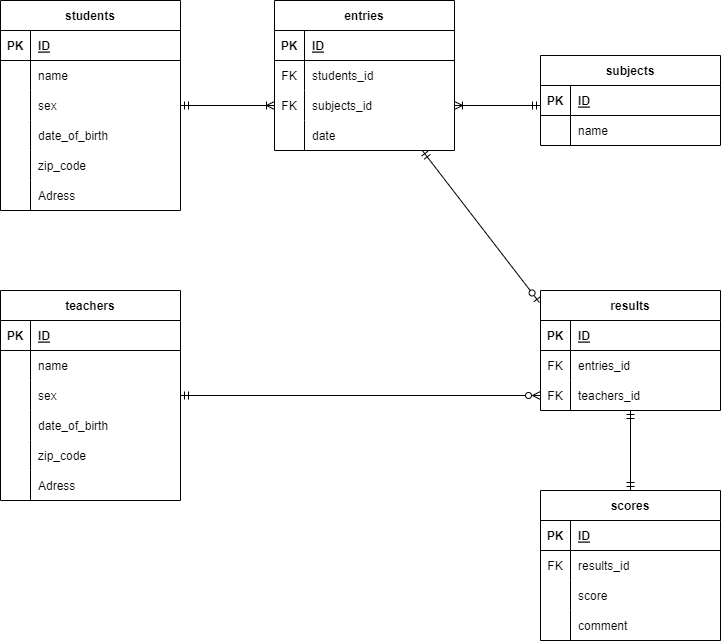
This is DIAGRAMS.NET/index.drawio.png from piroshi1989/ER__practice, a draw.io export, as it was before one commit. Source tidied: cells renumbered, new cells last; positions are measured from the earlier drawing's top-left corner, leaving out a move shared by most shapes.
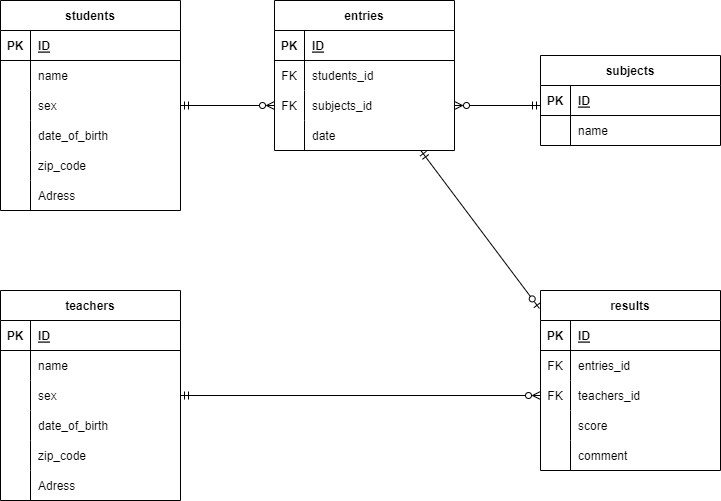
After the change.

Change to the diagram source:
```diff
@@ -2,7 +2,7 @@
   <root>
     <mxCell id="0" />
     <mxCell id="1" parent="0" />
-    <mxCell id="2" style="edgeStyle=none;html=1;entryX=0;entryY=0.5;entryDx=0;entryDy=0;startArrow=ERmandOne;startFill=0;endArrow=ERoneToMany;endFill=0;" parent="1" edge="1" source="3" target="56">
+    <mxCell id="2" style="edgeStyle=none;html=1;entryX=0;entryY=0.5;entryDx=0;entryDy=0;startArrow=ERmandOne;startFill=0;endArrow=ERzeroToMany;endFill=0;" parent="1" edge="1" source="3" target="56">
       <mxGeometry relative="1" as="geometry" />
     </mxCell>
     <mxCell id="3" value="students" style="shape=table;startSize=30;rowLines=0;fontStyle=1;align=center;" parent="1" vertex="1">
@@ -182,11 +182,8 @@
     <mxCell id="61" value="date" style="shape=partialRectangle;fillColor=none;top=0;left=0;bottom=0;right=0;align=left;spacingLeft=6;overflow=hidden;" parent="59" vertex="1">
       <mxGeometry x="30" width="150" height="30" as="geometry" />
     </mxCell>
-    <mxCell id="62" style="edgeStyle=none;html=1;entryX=0.5;entryY=0;entryDx=0;entryDy=0;startArrow=ERmandOne;startFill=0;endArrow=ERmandOne;endFill=0;" parent="1" edge="1" source="63" target="75">
-      <mxGeometry relative="1" as="geometry" />
-    </mxCell>
     <mxCell id="63" value="results" style="shape=table;startSize=30;rowLines=0;fontStyle=1;align=center;" parent="1" vertex="1">
-      <mxGeometry x="540" y="290" width="180" height="120" as="geometry" />
+      <mxGeometry x="540" y="290" width="180" height="180" as="geometry" />
     </mxCell>
     <mxCell id="64" style="shape=tableRow;horizontal=0;startSize=0;swimlaneHead=0;swimlaneBody=0;fillColor=none;top=0;left=0;right=0;bottom=1;" parent="63" vertex="1">
       <mxGeometry y="30" width="180" height="30" as="geometry" />
@@ -215,7 +212,25 @@
     <mxCell id="72" value="teachers_id" style="shape=partialRectangle;fillColor=none;top=0;left=0;bottom=0;right=0;align=left;spacingLeft=6;overflow=hidden;" parent="70" vertex="1">
       <mxGeometry x="30" width="150" height="30" as="geometry" />
     </mxCell>
+    <mxCell id="85" style="shape=tableRow;horizontal=0;startSize=0;swimlaneHead=0;swimlaneBody=0;fillColor=none;top=0;left=0;right=0;bottom=0;" parent="63" vertex="1">
+      <mxGeometry y="120" width="180" height="30" as="geometry" />
+    </mxCell>
+    <mxCell id="89" style="shape=partialRectangle;fillColor=none;top=0;left=0;bottom=0;right=0;overflow=hidden;" parent="85" vertex="1">
+      <mxGeometry width="30" height="30" as="geometry" />
+    </mxCell>
+    <mxCell id="84" value="score" style="shape=partialRectangle;fillColor=none;top=0;left=0;bottom=0;right=0;align=left;spacingLeft=6;overflow=hidden;" parent="85" vertex="1">
+      <mxGeometry x="30" width="150" height="30" as="geometry" />
+    </mxCell>
+    <mxCell id="90" style="shape=tableRow;horizontal=0;startSize=0;swimlaneHead=0;swimlaneBody=0;fillColor=none;top=0;left=0;right=0;bottom=0;" parent="63" vertex="1">
+      <mxGeometry y="150" width="180" height="30" as="geometry" />
+    </mxCell>
+    <mxCell id="91" style="shape=partialRectangle;fillColor=none;top=0;left=0;bottom=0;right=0;overflow=hidden;" parent="90" vertex="1">
+      <mxGeometry width="30" height="30" as="geometry" />
+    </mxCell>
+    <mxCell id="87" value="comment" style="shape=partialRectangle;fillColor=none;top=0;left=0;bottom=0;right=0;align=left;spacingLeft=6;overflow=hidden;" parent="90" vertex="1">
+      <mxGeometry x="30" width="150" height="30" as="geometry" />
+    </mxCell>
-    <mxCell id="73" style="edgeStyle=none;html=1;entryX=1;entryY=0.5;entryDx=0;entryDy=0;startArrow=ERmandOne;startFill=0;endArrow=ERoneToMany;endFill=0;" parent="1" edge="1" target="56">
+    <mxCell id="73" style="edgeStyle=none;html=1;entryX=1;entryY=0.5;entryDx=0;entryDy=0;startArrow=ERmandOne;startFill=0;endArrow=ERzeroToMany;endFill=0;" parent="1" edge="1" target="56">
       <mxGeometry relative="1" as="geometry">
         <mxPoint x="540" y="105" as="sourcePoint" />
       </mxGeometry>
@@ -223,45 +238,6 @@
     <mxCell id="74" style="edgeStyle=none;html=1;startArrow=ERmandOne;startFill=0;endArrow=ERzeroToMany;endFill=0;entryX=0;entryY=0.5;entryDx=0;entryDy=0;" parent="1" edge="1" source="29" target="70">
       <mxGeometry relative="1" as="geometry" />
     </mxCell>
-    <mxCell id="75" value="scores" style="shape=table;startSize=30;rowLines=0;fontStyle=1;align=center;" parent="1" vertex="1">
-      <mxGeometry x="540" y="490" width="180" height="150" as="geometry" />
-    </mxCell>
-    <mxCell id="76" style="shape=tableRow;horizontal=0;startSize=0;swimlaneHead=0;swimlaneBody=0;fillColor=none;top=0;left=0;right=0;bottom=1;" parent="75" vertex="1">
-      <mxGeometry y="30" width="180" height="30" as="geometry" />
-    </mxCell>
-    <mxCell id="77" value="PK" style="shape=partialRectangle;fillColor=none;top=0;left=0;bottom=0;right=0;fontStyle=1;overflow=hidden;" parent="76" vertex="1">
-      <mxGeometry width="30" height="30" as="geometry" />
-    </mxCell>
-    <mxCell id="78" value="ID" style="shape=partialRectangle;fillColor=none;top=0;left=0;bottom=0;right=0;align=left;spacingLeft=6;fontStyle=5;overflow=hidden;" parent="76" vertex="1">
-      <mxGeometry x="30" width="150" height="30" as="geometry" />
-    </mxCell>
-    <mxCell id="79" style="shape=tableRow;horizontal=0;startSize=0;swimlaneHead=0;swimlaneBody=0;fillColor=none;top=0;left=0;right=0;bottom=0;" parent="75" vertex="1">
-      <mxGeometry y="60" width="180" height="30" as="geometry" />
-    </mxCell>
-    <mxCell id="80" value="FK" style="shape=partialRectangle;fillColor=none;top=0;left=0;bottom=0;right=0;overflow=hidden;" parent="79" vertex="1">
-      <mxGeometry width="30" height="30" as="geometry" />
-    </mxCell>
-    <mxCell id="81" value="results_id" style="shape=partialRectangle;fillColor=none;top=0;left=0;bottom=0;right=0;align=left;spacingLeft=6;overflow=hidden;" parent="79" vertex="1">
-      <mxGeometry x="30" width="150" height="30" as="geometry" />
-    </mxCell>
-    <mxCell id="82" style="shape=tableRow;horizontal=0;startSize=0;swimlaneHead=0;swimlaneBody=0;fillColor=none;top=0;left=0;right=0;bottom=0;" parent="75" vertex="1">
-      <mxGeometry y="90" width="180" height="30" as="geometry" />
-    </mxCell>
-    <mxCell id="83" style="shape=partialRectangle;fillColor=none;top=0;left=0;bottom=0;right=0;overflow=hidden;" parent="82" vertex="1">
-      <mxGeometry width="30" height="30" as="geometry" />
-    </mxCell>
-    <mxCell id="84" value="score" style="shape=partialRectangle;fillColor=none;top=0;left=0;bottom=0;right=0;align=left;spacingLeft=6;overflow=hidden;" parent="82" vertex="1">
-      <mxGeometry x="30" width="150" height="30" as="geometry" />
-    </mxCell>
-    <mxCell id="85" style="shape=tableRow;horizontal=0;startSize=0;swimlaneHead=0;swimlaneBody=0;fillColor=none;top=0;left=0;right=0;bottom=0;" parent="75" vertex="1">
-      <mxGeometry y="120" width="180" height="30" as="geometry" />
-    </mxCell>
-    <mxCell id="86" style="shape=partialRectangle;fillColor=none;top=0;left=0;bottom=0;right=0;overflow=hidden;" parent="85" vertex="1">
-      <mxGeometry width="30" height="30" as="geometry" />
-    </mxCell>
-    <mxCell id="87" value="comment" style="shape=partialRectangle;fillColor=none;top=0;left=0;bottom=0;right=0;align=left;spacingLeft=6;overflow=hidden;" parent="85" vertex="1">
-      <mxGeometry x="30" width="150" height="30" as="geometry" />
-    </mxCell>
     <mxCell id="88" style="edgeStyle=none;html=1;startArrow=ERmandOne;startFill=0;endArrow=ERoneToMany;endFill=0;" parent="1" edge="1" source="70">
       <mxGeometry relative="1" as="geometry">
         <mxPoint x="540" y="395" as="targetPoint" />
```
